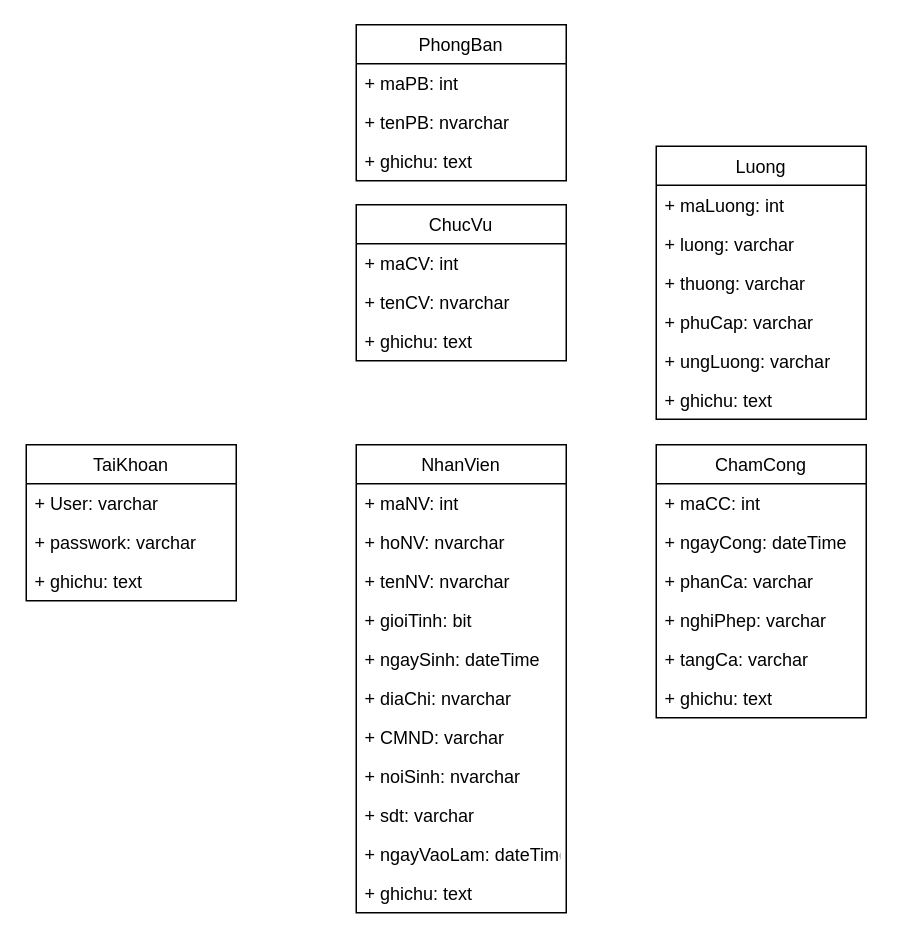
The draw.io diagram class.drawio in nguyenxuanlam-tech/QuanLyChamCong-C-, before the edit. Source tidied: cells renumbered, new cells numbered last; positions are measured from the earlier drawing's top-left corner, leaving out a move shared by most shapes. Both pictures are drawn from the tidied source at 150%, with x=0, y=0 at pixel (26, 24).
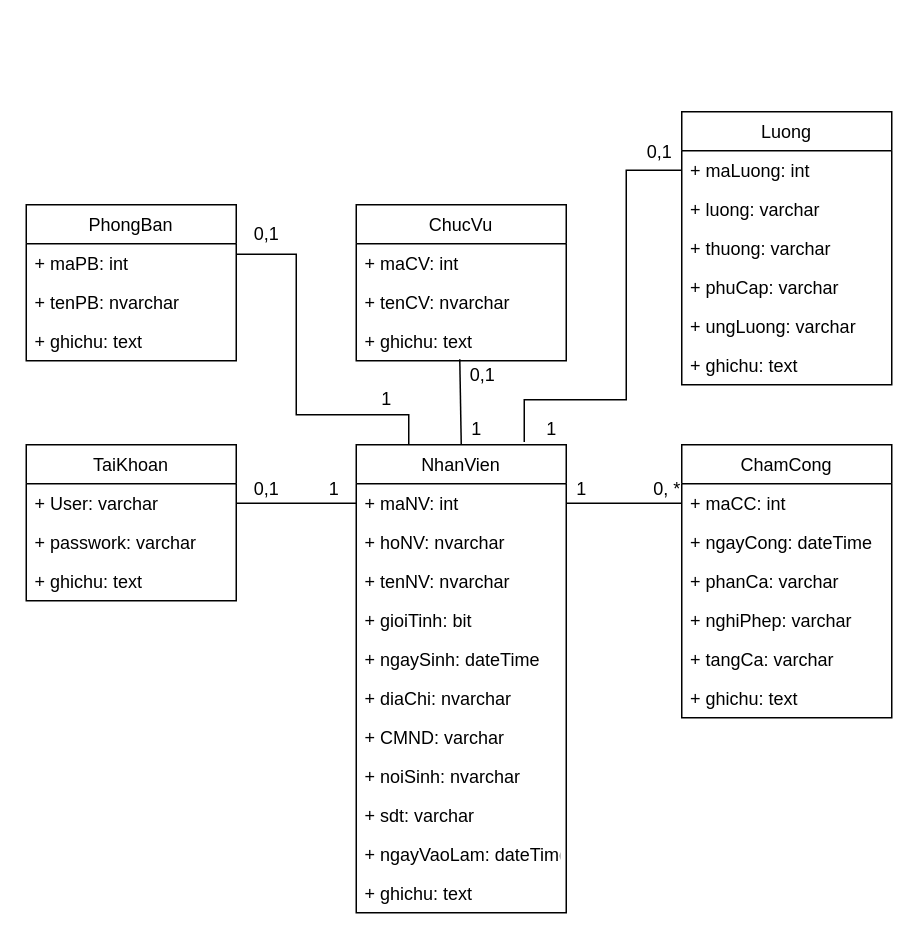
After the change.

The change refers to these unchanged cells:
```xml
<mxCell id="2" value="NhanVien" style="swimlane;fontStyle=0;horizontal=1;startSize=26;fillColor=none;" parent="1" vertex="1">
  <mxGeometry x="220" y="280" width="140" height="312" as="geometry" />
</mxCell>
<mxCell id="3" value="+ maNV: int" style="text;strokeColor=none;fillColor=none;align=left;verticalAlign=top;spacingLeft=4;spacingRight=4;overflow=hidden;points=[[0,0.5],[1,0.5]];portConstraint=eastwest;" parent="2" vertex="1">
  <mxGeometry y="26" width="140" height="26" as="geometry" />
</mxCell>
<mxCell id="15" value="+ maPB: int" style="text;strokeColor=none;fillColor=none;align=left;verticalAlign=top;spacingLeft=4;spacingRight=4;overflow=hidden;points=[[0,0.5],[1,0.5]];portConstraint=eastwest;" parent="14" vertex="1">
  <mxGeometry y="26" width="140" height="26" as="geometry" />
</mxCell>
<mxCell id="21" value="+ ghichu: text" style="text;strokeColor=none;fillColor=none;align=left;verticalAlign=top;spacingLeft=4;spacingRight=4;overflow=hidden;points=[[0,0.5],[1,0.5]];portConstraint=eastwest;" parent="18" vertex="1">
  <mxGeometry y="78" width="140" height="26" as="geometry" />
</mxCell>
<mxCell id="23" value="+ maLuong: int" style="text;strokeColor=none;fillColor=none;align=left;verticalAlign=top;spacingLeft=4;spacingRight=4;overflow=hidden;points=[[0,0.5],[1,0.5]];portConstraint=eastwest;" parent="22" vertex="1">
  <mxGeometry y="26" width="140" height="26" as="geometry" />
</mxCell>
<mxCell id="30" value="+ maCC: int" style="text;strokeColor=none;fillColor=none;align=left;verticalAlign=top;spacingLeft=4;spacingRight=4;overflow=hidden;points=[[0,0.5],[1,0.5]];portConstraint=eastwest;" parent="29" vertex="1">
  <mxGeometry y="26" width="140" height="26" as="geometry" />
</mxCell>
<mxCell id="37" value="+ User: varchar&#10;" style="text;strokeColor=none;fillColor=none;align=left;verticalAlign=top;spacingLeft=4;spacingRight=4;overflow=hidden;points=[[0,0.5],[1,0.5]];portConstraint=eastwest;" parent="36" vertex="1">
  <mxGeometry y="26" width="140" height="26" as="geometry" />
</mxCell>
```

Change to the diagram source:
```diff
@@
     <mxCell id="14" value="PhongBan" style="swimlane;fontStyle=0;horizontal=1;startSize=26;fillColor=none;" parent="1" vertex="1">
-      <mxGeometry x="220" width="140" height="104" as="geometry" />
+      <mxGeometry y="120" width="140" height="104" as="geometry" />
     </mxCell>
@@
     <mxCell id="22" value="Luong" style="swimlane;fontStyle=0;horizontal=1;startSize=26;fillColor=none;" parent="1" vertex="1">
-      <mxGeometry x="420" y="81" width="140" height="182" as="geometry" />
+      <mxGeometry x="437" y="58" width="140" height="182" as="geometry" />
     </mxCell>
@@
     <mxCell id="29" value="ChamCong" style="swimlane;fontStyle=0;horizontal=1;startSize=26;fillColor=none;" parent="1" vertex="1">
-      <mxGeometry x="420" y="280" width="140" height="182" as="geometry" />
+      <mxGeometry x="437" y="280" width="140" height="182" as="geometry" />
     </mxCell>
@@
+    <mxCell id="40" style="endArrow=none;html=1;rounded=0;entryX=0;entryY=0.5;entryDx=0;entryDy=0;exitX=1;exitY=0.5;exitDx=0;exitDy=0;" parent="1" edge="1" source="37" target="3">
+      <mxGeometry relative="1" as="geometry" />
+    </mxCell>
+    <mxCell id="41" value="0,1" style="text;html=1;align=center;verticalAlign=middle;strokeColor=none;fillColor=none;" parent="1" vertex="1">
+      <mxGeometry x="145" y="300" width="30" height="20" as="geometry" />
+    </mxCell>
+    <mxCell id="42" value="1" style="text;html=1;align=center;verticalAlign=middle;strokeColor=none;fillColor=none;" parent="1" vertex="1">
+      <mxGeometry x="195" y="300" width="20" height="20" as="geometry" />
+    </mxCell>
+    <mxCell id="43" style="endArrow=none;html=1;rounded=0;exitX=1;exitY=0.5;exitDx=0;exitDy=0;entryX=0;entryY=0.5;entryDx=0;entryDy=0;" parent="1" edge="1" source="3" target="30">
+      <mxGeometry relative="1" as="geometry" />
+    </mxCell>
+    <mxCell id="44" value="1" style="text;html=1;align=center;verticalAlign=middle;strokeColor=none;fillColor=none;" parent="1" vertex="1">
+      <mxGeometry x="360" y="300" width="20" height="20" as="geometry" />
+    </mxCell>
+    <mxCell id="45" value="0, *" style="text;html=1;align=center;verticalAlign=middle;strokeColor=none;fillColor=none;" parent="1" vertex="1">
+      <mxGeometry x="412" y="300" width="30" height="20" as="geometry" />
+    </mxCell>
+    <mxCell id="46" style="endArrow=none;html=1;rounded=0;exitX=0.5;exitY=0;exitDx=0;exitDy=0;entryX=0.493;entryY=0.962;entryDx=0;entryDy=0;entryPerimeter=0;" parent="1" edge="1" source="2" target="21">
+      <mxGeometry relative="1" as="geometry" />
+    </mxCell>
+    <mxCell id="47" value="1" style="text;html=1;align=center;verticalAlign=middle;strokeColor=none;fillColor=none;" parent="1" vertex="1">
+      <mxGeometry x="290" y="260" width="20" height="20" as="geometry" />
+    </mxCell>
+    <mxCell id="48" value="0,1" style="text;html=1;align=center;verticalAlign=middle;strokeColor=none;fillColor=none;" parent="1" vertex="1">
+      <mxGeometry x="289" y="224" width="30" height="20" as="geometry" />
+    </mxCell>
+    <mxCell id="49" style="endArrow=none;html=1;rounded=0;exitX=1;exitY=0.269;exitDx=0;exitDy=0;exitPerimeter=0;entryX=0.25;entryY=0;entryDx=0;entryDy=0;" parent="1" edge="1" source="15" target="2">
+      <mxGeometry relative="1" as="geometry">
+        <Array as="points">
+          <mxPoint x="180" y="153" />
+          <mxPoint x="180" y="260" />
+          <mxPoint x="255" y="260" />
+        </Array>
+      </mxGeometry>
+    </mxCell>
+    <mxCell id="50" value="1" style="text;html=1;align=center;verticalAlign=middle;strokeColor=none;fillColor=none;" parent="1" vertex="1">
+      <mxGeometry x="230" y="240" width="20" height="20" as="geometry" />
+    </mxCell>
+    <mxCell id="51" value="0,1" style="text;html=1;align=center;verticalAlign=middle;strokeColor=none;fillColor=none;" parent="1" vertex="1">
+      <mxGeometry x="145" y="130" width="30" height="20" as="geometry" />
+    </mxCell>
+    <mxCell id="52" style="endArrow=none;html=1;rounded=0;exitX=0.8;exitY=-0.006;exitDx=0;exitDy=0;exitPerimeter=0;entryX=0;entryY=0.5;entryDx=0;entryDy=0;" parent="1" edge="1" source="2" target="23">
+      <mxGeometry relative="1" as="geometry">
+        <Array as="points">
+          <mxPoint x="332" y="250" />
+          <mxPoint x="400" y="250" />
+          <mxPoint x="400" y="97" />
+        </Array>
+      </mxGeometry>
+    </mxCell>
+    <mxCell id="53" value="1" style="text;html=1;align=center;verticalAlign=middle;strokeColor=none;fillColor=none;" parent="1" vertex="1">
+      <mxGeometry x="340" y="260" width="20" height="20" as="geometry" />
+    </mxCell>
+    <mxCell id="54" value="0,1" style="text;html=1;align=center;verticalAlign=middle;strokeColor=none;fillColor=none;" parent="1" vertex="1">
+      <mxGeometry x="407" y="75" width="30" height="20" as="geometry" />
+    </mxCell>
```
